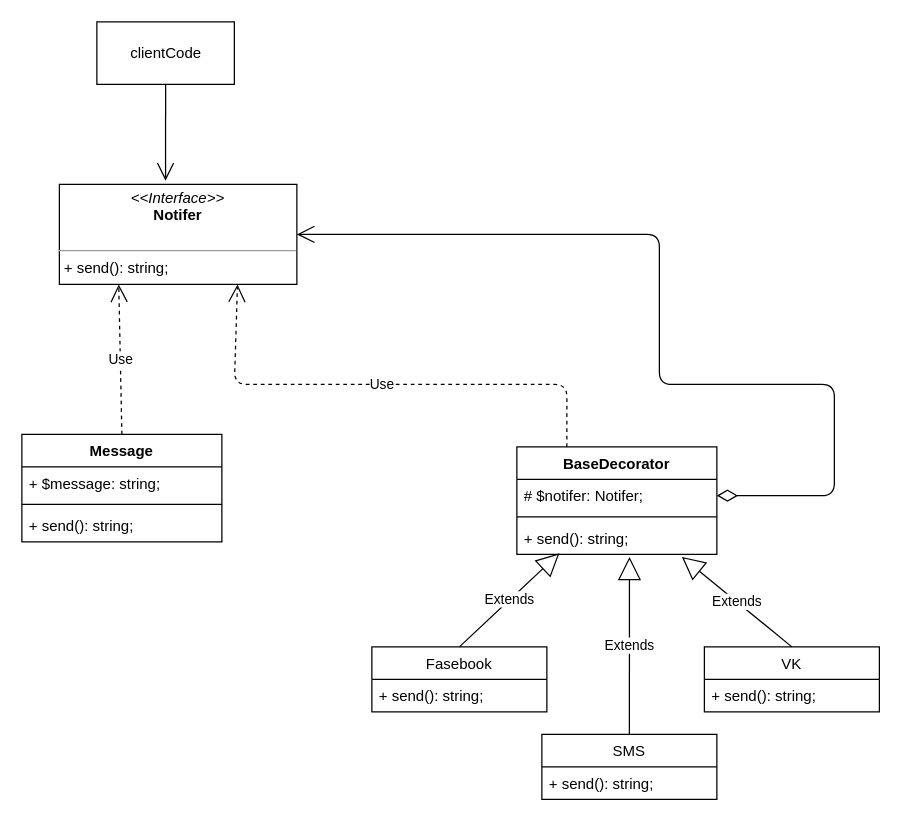
This is Decorator.drawio from artemmm312/Structural-patterns, a draw.io file, before an edit. Source tidied: cells renumbered, new cells numbered last; positions are measured from the earlier drawing's top-left corner, leaving out a move shared by most shapes. Both pictures are drawn from the tidied source at 125%, with x=0, y=0 at pixel (21, 21).
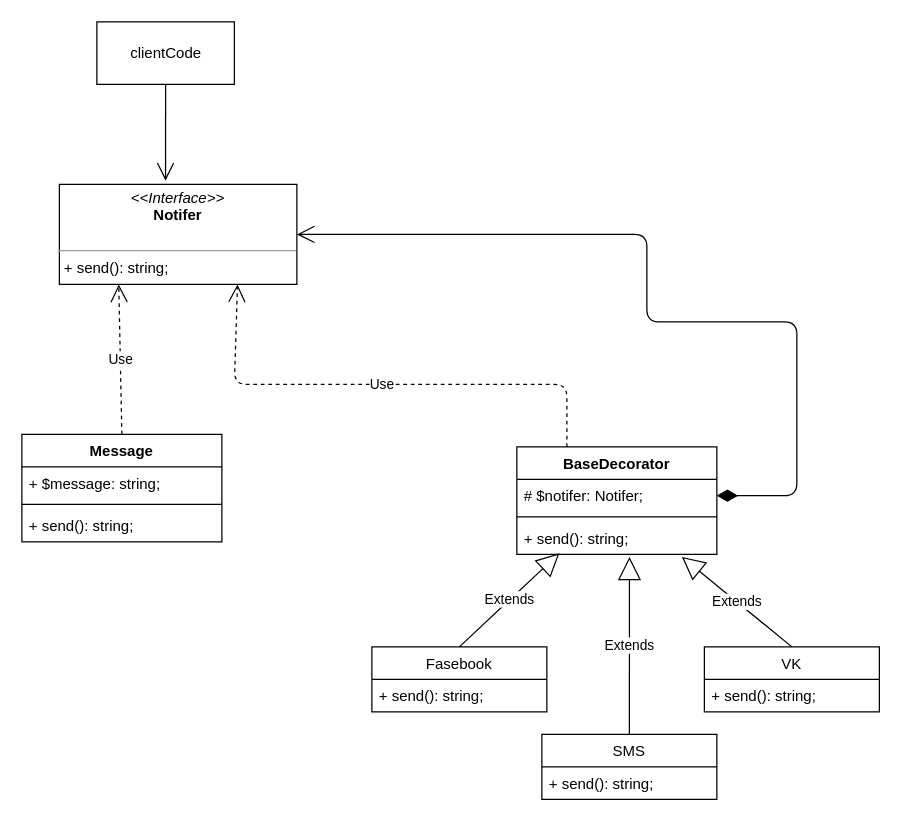
Above is the later version.

The change refers to these unchanged cells:
```xml
<mxCell id="2" style="group;" parent="1" vertex="1">
  <mxGeometry y="130" width="686" height="492" as="geometry" />
</mxCell>
<mxCell id="3" value="&lt;p style=&quot;margin: 0px ; margin-top: 4px ; text-align: center&quot;&gt;&lt;i&gt;&amp;lt;&amp;lt;Interface&amp;gt;&amp;gt;&lt;/i&gt;&lt;br&gt;&lt;b&gt;Notifer&lt;/b&gt;&lt;/p&gt;&lt;p style=&quot;margin: 0px ; margin-left: 4px&quot;&gt;&lt;br&gt;&lt;/p&gt;&lt;hr size=&quot;1&quot;&gt;&lt;p style=&quot;margin: 0px ; margin-left: 4px&quot;&gt;+ send(): string;&lt;br&gt;&lt;/p&gt;" style="verticalAlign=top;align=left;overflow=fill;fontSize=12;fontFamily=Helvetica;html=1;" parent="2" vertex="1">
  <mxGeometry x="30" width="190" height="80" as="geometry" />
</mxCell>
<mxCell id="10" value="# $notifer: Notifer;" style="text;strokeColor=none;fillColor=none;align=left;verticalAlign=top;spacingLeft=4;spacingRight=4;overflow=hidden;points=[[0,0.5],[1,0.5]];portConstraint=eastwest;" parent="9" vertex="1">
  <mxGeometry y="26" width="160" height="26" as="geometry" />
</mxCell>
```

The edit, as a diff of the source:
```diff
@@
-    <mxCell id="24" style="endArrow=open;html=1;endSize=12;startArrow=diamondThin;startSize=14;startFill=0;edgeStyle=orthogonalEdgeStyle;align=left;verticalAlign=bottom;exitX=1;exitY=0.5;exitDx=0;exitDy=0;entryX=1;entryY=0.5;entryDx=0;entryDy=0;" parent="2" edge="1" source="10" target="3">
-      <mxGeometry x="-0.75" y="40" relative="1" as="geometry">
+    <mxCell id="24" style="endArrow=open;html=1;endSize=12;startArrow=diamondThin;startSize=14;startFill=1;edgeStyle=orthogonalEdgeStyle;align=left;verticalAlign=bottom;entryX=1;entryY=0.5;entryDx=0;entryDy=0;exitX=1;exitY=0.5;exitDx=0;exitDy=0;" parent="2" edge="1" source="10" target="3">
+      <mxGeometry x="-1" y="-40" relative="1" as="geometry">
         <Array as="points">
-          <mxPoint x="650" y="249" />
-          <mxPoint x="650" y="160" />
-          <mxPoint x="510" y="160" />
-          <mxPoint x="510" y="40" />
+          <mxPoint x="620" y="249" />
+          <mxPoint x="620" y="110" />
+          <mxPoint x="500" y="110" />
+          <mxPoint x="500" y="40" />
         </Array>
+        <mxPoint x="-40" y="-40" as="offset" />
       </mxGeometry>
     </mxCell>
```
